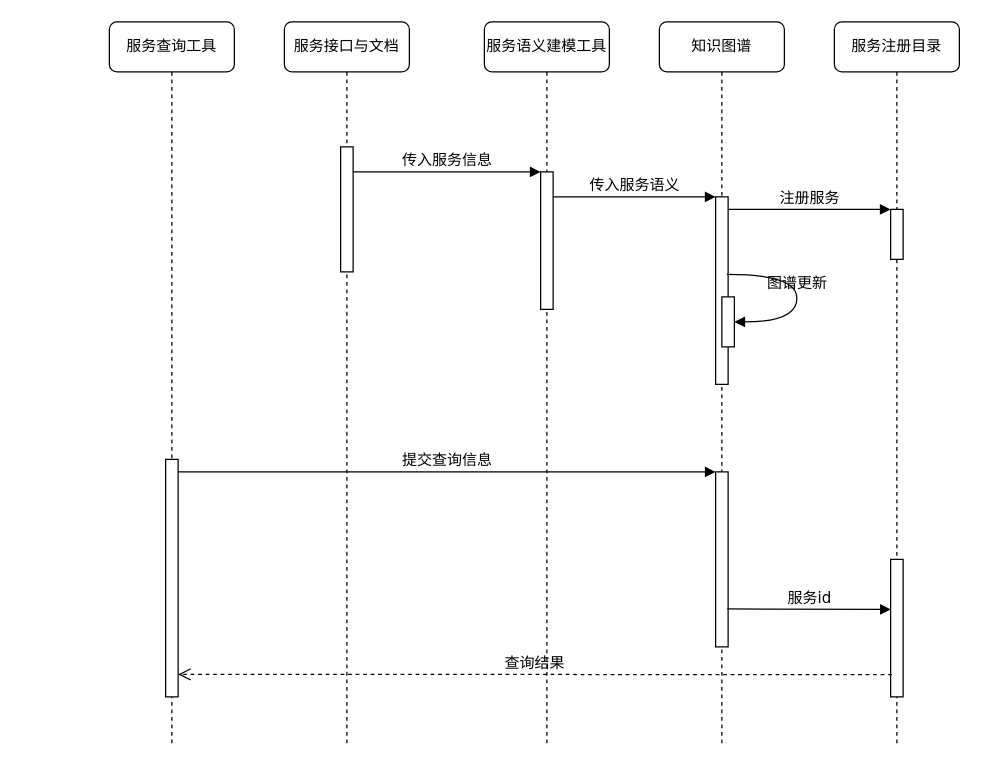
Above: sequence_Diagram-2.drawio in BUAAw-ML/ganbert (draw.io), before the change. Source tidied: cells renumbered, new cells numbered last; positions are measured from the earlier drawing's top-left corner, leaving out a move shared by most shapes. Both pictures are drawn from the tidied source at 125%, with x=0, y=0 at pixel (109, 21).
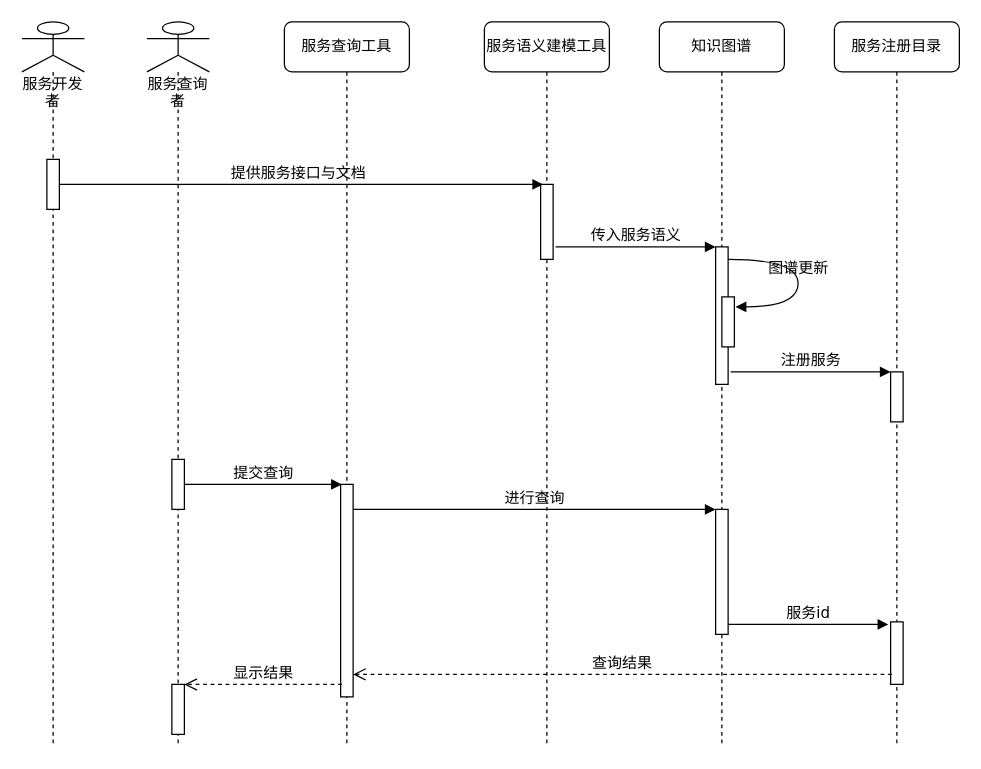
Above is the later version.

Unchanged cells that the change refers to:
```xml
<mxCell id="4" value="服务语义建模工具" style="shape=umlLifeline;perimeter=lifelinePerimeter;whiteSpace=wrap;html=1;rounded=1;shadow=0;comic=0;labelBackgroundColor=none;strokeWidth=1;fontFamily=Verdana;fontSize=12;align=center;" parent="1" vertex="1">
  <mxGeometry x="300" width="100" height="580" as="geometry" />
</mxCell>
<mxCell id="7" value="服务注册目录" style="shape=umlLifeline;perimeter=lifelinePerimeter;whiteSpace=wrap;html=1;rounded=1;shadow=0;comic=0;labelBackgroundColor=none;strokeWidth=1;fontFamily=Verdana;fontSize=12;align=center;" parent="1" vertex="1">
  <mxGeometry x="580" width="100" height="580" as="geometry" />
</mxCell>
```

Diff of the diagram source:
```diff
@@
-    <mxCell id="2" value="服务接口与文档" style="shape=umlLifeline;perimeter=lifelinePerimeter;whiteSpace=wrap;html=1;rounded=1;shadow=0;comic=0;labelBackgroundColor=none;strokeWidth=1;fontFamily=Verdana;fontSize=12;align=center;" parent="1" vertex="1">
-      <mxGeometry x="140" width="100" height="580" as="geometry" />
-    </mxCell>
-    <mxCell id="3" style="html=1;points=[];perimeter=orthogonalPerimeter;rounded=0;shadow=0;comic=0;labelBackgroundColor=none;strokeWidth=1;fontFamily=Verdana;fontSize=12;align=center;" parent="2" vertex="1">
-      <mxGeometry x="45" y="100" width="10" height="100" as="geometry" />
-    </mxCell>
@@
     <mxCell id="5" style="html=1;points=[];perimeter=orthogonalPerimeter;rounded=0;shadow=0;comic=0;labelBackgroundColor=none;strokeWidth=1;fontFamily=Verdana;fontSize=12;align=center;" parent="4" vertex="1">
-      <mxGeometry x="45" y="120" width="10" height="110" as="geometry" />
+      <mxGeometry x="45" y="130" width="10" height="60" as="geometry" />
     </mxCell>
@@
     <mxCell id="8" style="html=1;points=[];perimeter=orthogonalPerimeter;rounded=0;shadow=0;comic=0;labelBackgroundColor=none;strokeWidth=1;fontFamily=Verdana;fontSize=12;align=center;" parent="7" vertex="1">
-      <mxGeometry x="45" y="430" width="10" height="110" as="geometry" />
+      <mxGeometry x="45" y="480" width="10" height="50" as="geometry" />
     </mxCell>
+    <mxCell id="13" style="html=1;points=[];perimeter=orthogonalPerimeter;rounded=0;shadow=0;comic=0;labelBackgroundColor=none;strokeWidth=1;fontFamily=Verdana;fontSize=12;align=center;" parent="7" vertex="1">
+      <mxGeometry x="45" y="280" width="10" height="40" as="geometry" />
+    </mxCell>
     <mxCell id="9" value="服务查询工具" style="shape=umlLifeline;perimeter=lifelinePerimeter;whiteSpace=wrap;html=1;rounded=1;shadow=0;comic=0;labelBackgroundColor=none;strokeWidth=1;fontFamily=Verdana;fontSize=12;align=center;" parent="1" vertex="1">
-      <mxGeometry width="100" height="580" as="geometry" />
+      <mxGeometry x="140" width="100" height="580" as="geometry" />
     </mxCell>
     <mxCell id="10" style="html=1;points=[];perimeter=orthogonalPerimeter;rounded=0;shadow=0;comic=0;labelBackgroundColor=none;strokeWidth=1;fontFamily=Verdana;fontSize=12;align=center;" parent="9" vertex="1">
-      <mxGeometry x="45" y="350" width="10" height="190" as="geometry" />
+      <mxGeometry x="45" y="370" width="10" height="170" as="geometry" />
     </mxCell>
     <mxCell id="11" style="html=1;points=[];perimeter=orthogonalPerimeter;rounded=0;shadow=0;comic=0;labelBackgroundColor=none;strokeWidth=1;fontFamily=Verdana;fontSize=12;align=center;" parent="1" vertex="1">
-      <mxGeometry x="485" y="140" width="10" height="150" as="geometry" />
+      <mxGeometry x="485" y="180" width="10" height="110" as="geometry" />
     </mxCell>
-    <mxCell id="12" value="传入服务语义" style="html=1;verticalAlign=bottom;endArrow=block;labelBackgroundColor=none;fontFamily=Verdana;fontSize=12;edgeStyle=elbowEdgeStyle;elbow=vertical;" parent="1" edge="1" source="5" target="11">
+    <mxCell id="12" value="传入服务语义" style="html=1;verticalAlign=bottom;endArrow=block;labelBackgroundColor=none;fontFamily=Verdana;fontSize=12;edgeStyle=elbowEdgeStyle;elbow=vertical;" parent="1" edge="1" target="11">
       <mxGeometry relative="1" as="geometry">
+        <mxPoint x="357" y="180" as="sourcePoint" />
         <Array as="points">
-          <mxPoint x="360" y="140" />
+          <mxPoint x="420" y="180" />
         </Array>
       </mxGeometry>
     </mxCell>
-    <mxCell id="13" style="html=1;points=[];perimeter=orthogonalPerimeter;rounded=0;shadow=0;comic=0;labelBackgroundColor=none;strokeWidth=1;fontFamily=Verdana;fontSize=12;align=center;" parent="1" vertex="1">
-      <mxGeometry x="625" y="150" width="10" height="40" as="geometry" />
-    </mxCell>
-    <mxCell id="14" value="注册服务" style="html=1;verticalAlign=bottom;endArrow=block;entryX=0;entryY=0;labelBackgroundColor=none;fontFamily=Verdana;fontSize=12;edgeStyle=elbowEdgeStyle;elbow=vertical;" parent="1" edge="1" source="11" target="13">
-      <mxGeometry relative="1" as="geometry" />
+    <mxCell id="14" value="注册服务" style="html=1;verticalAlign=bottom;endArrow=block;entryX=0;entryY=0;labelBackgroundColor=none;fontFamily=Verdana;fontSize=12;edgeStyle=elbowEdgeStyle;elbow=vertical;" parent="1" edge="1" target="13">
+      <mxGeometry relative="1" as="geometry">
+        <mxPoint x="497" y="280" as="sourcePoint" />
+        <Array as="points">
+          <mxPoint x="560" y="280" />
+        </Array>
+      </mxGeometry>
     </mxCell>
     <mxCell id="15" style="html=1;points=[];perimeter=orthogonalPerimeter;rounded=0;shadow=0;comic=0;labelBackgroundColor=none;strokeWidth=1;fontFamily=Verdana;fontSize=12;align=center;" parent="1" vertex="1">
-      <mxGeometry x="485" y="360" width="10" height="140" as="geometry" />
+      <mxGeometry x="485" y="390" width="10" height="100" as="geometry" />
     </mxCell>
-    <mxCell id="16" value="提交查询信息" style="html=1;verticalAlign=bottom;endArrow=block;entryX=0;entryY=0;labelBackgroundColor=none;fontFamily=Verdana;fontSize=12;" parent="1" edge="1" source="10" target="15">
-      <mxGeometry relative="1" as="geometry" />
+    <mxCell id="16" value="进行查询" style="html=1;verticalAlign=bottom;endArrow=block;labelBackgroundColor=none;fontFamily=Verdana;fontSize=12;" parent="1" edge="1" source="10" target="15">
+      <mxGeometry relative="1" as="geometry">
+        <Array as="points">
+          <mxPoint x="280" y="390" />
+        </Array>
+      </mxGeometry>
     </mxCell>
-    <mxCell id="17" value="服务id" style="html=1;verticalAlign=bottom;endArrow=block;labelBackgroundColor=none;fontFamily=Verdana;fontSize=12;edgeStyle=elbowEdgeStyle;elbow=vertical;entryX=0.017;entryY=0.368;entryDx=0;entryDy=0;entryPerimeter=0;exitX=0.933;exitY=0.783;exitDx=0;exitDy=0;exitPerimeter=0;" parent="1" edge="1" source="15" target="8">
-      <mxGeometry relative="1" as="geometry" />
+    <mxCell id="17" value="服务id" style="html=1;verticalAlign=bottom;endArrow=block;labelBackgroundColor=none;fontFamily=Verdana;fontSize=12;edgeStyle=elbowEdgeStyle;elbow=vertical;entryX=-0.183;entryY=0.043;entryDx=0;entryDy=0;entryPerimeter=0;" parent="1" edge="1" target="8">
+      <mxGeometry relative="1" as="geometry">
+        <mxPoint x="495" y="482" as="sourcePoint" />
+      </mxGeometry>
     </mxCell>
     <mxCell id="18" value="查询结果" style="html=1;verticalAlign=bottom;endArrow=open;dashed=1;endSize=8;labelBackgroundColor=none;fontFamily=Verdana;fontSize=12;edgeStyle=elbowEdgeStyle;elbow=vertical;exitX=0.1;exitY=0.838;exitDx=0;exitDy=0;exitPerimeter=0;" parent="1" edge="1" source="8" target="10">
-      <mxGeometry relative="1" as="geometry">
-        <Array as="points">
-          <mxPoint x="340" y="522" />
-        </Array>
-      </mxGeometry>
+      <mxGeometry relative="1" as="geometry" />
     </mxCell>
-    <mxCell id="19" value="传入服务信息" style="html=1;verticalAlign=bottom;endArrow=block;entryX=0;entryY=0;labelBackgroundColor=none;fontFamily=Verdana;fontSize=12;edgeStyle=elbowEdgeStyle;elbow=vertical;" parent="1" edge="1" source="3" target="5">
-      <mxGeometry relative="1" as="geometry" />
+    <mxCell id="19" value="提供服务接口与文档" style="html=1;verticalAlign=bottom;endArrow=block;labelBackgroundColor=none;fontFamily=Verdana;fontSize=12;edgeStyle=elbowEdgeStyle;elbow=vertical;" parent="1" edge="1">
+      <mxGeometry relative="1" as="geometry">
+        <mxPoint x="-45" y="130" as="sourcePoint" />
+        <mxPoint x="347" y="130" as="targetPoint" />
+        <Array as="points">
+          <mxPoint x="270" y="130" />
+        </Array>
+      </mxGeometry>
     </mxCell>
@@
     <mxCell id="21" value="图谱更新" style="html=1;verticalAlign=bottom;endArrow=block;labelBackgroundColor=none;fontFamily=Verdana;fontSize=12;elbow=vertical;edgeStyle=orthogonalEdgeStyle;curved=1;" parent="1" edge="1">
       <mxGeometry relative="1" as="geometry">
-        <mxPoint x="494" y="202" as="sourcePoint" />
-        <mxPoint x="500" y="240" as="targetPoint" />
+        <mxPoint x="495" y="190" as="sourcePoint" />
+        <mxPoint x="501" y="228" as="targetPoint" />
         <Array as="points">
-          <mxPoint x="494" y="202" />
-          <mxPoint x="550" y="202" />
-          <mxPoint x="550" y="240" />
+          <mxPoint x="495" y="190" />
+          <mxPoint x="551" y="190" />
+          <mxPoint x="551" y="228" />
         </Array>
       </mxGeometry>
     </mxCell>
+    <mxCell id="22" value="服务开发者" style="shape=umlLifeline;participant=umlActor;perimeter=lifelinePerimeter;whiteSpace=wrap;html=1;verticalAlign=top;spacingTop=36;size=40;direction=east;" parent="1" vertex="1">
+      <mxGeometry x="-70" width="50" height="580" as="geometry" />
+    </mxCell>
+    <mxCell id="23" style="html=1;perimeter=orthogonalPerimeter;" parent="22" vertex="1">
+      <mxGeometry x="20" y="110" width="10" height="40" as="geometry" />
+    </mxCell>
+    <mxCell id="24" value="服务查询者" style="shape=umlLifeline;participant=umlActor;perimeter=lifelinePerimeter;whiteSpace=wrap;html=1;verticalAlign=top;spacingTop=36;size=40;direction=east;" parent="1" vertex="1">
+      <mxGeometry x="30" width="50" height="580" as="geometry" />
+    </mxCell>
+    <mxCell id="25" style="html=1;perimeter=orthogonalPerimeter;" parent="24" vertex="1">
+      <mxGeometry x="20" y="350" width="10" height="40" as="geometry" />
+    </mxCell>
+    <mxCell id="26" style="html=1;perimeter=orthogonalPerimeter;" parent="24" vertex="1">
+      <mxGeometry x="20" y="530" width="10" height="40" as="geometry" />
+    </mxCell>
+    <mxCell id="27" value="提交查询" style="html=1;verticalAlign=bottom;endArrow=block;labelBackgroundColor=none;fontFamily=Verdana;fontSize=12;" parent="1" edge="1">
+      <mxGeometry relative="1" as="geometry">
+        <mxPoint x="60" y="370" as="sourcePoint" />
+        <mxPoint x="186" y="370" as="targetPoint" />
+      </mxGeometry>
+    </mxCell>
+    <mxCell id="28" value="显示结果" style="html=1;verticalAlign=bottom;endArrow=open;dashed=1;endSize=8;labelBackgroundColor=none;fontFamily=Verdana;fontSize=12;edgeStyle=elbowEdgeStyle;elbow=horizontal;" parent="1" edge="1">
+      <mxGeometry relative="1" as="geometry">
+        <mxPoint x="186" y="530" as="sourcePoint" />
+        <mxPoint x="60" y="530.1" as="targetPoint" />
+      </mxGeometry>
+    </mxCell>
```
